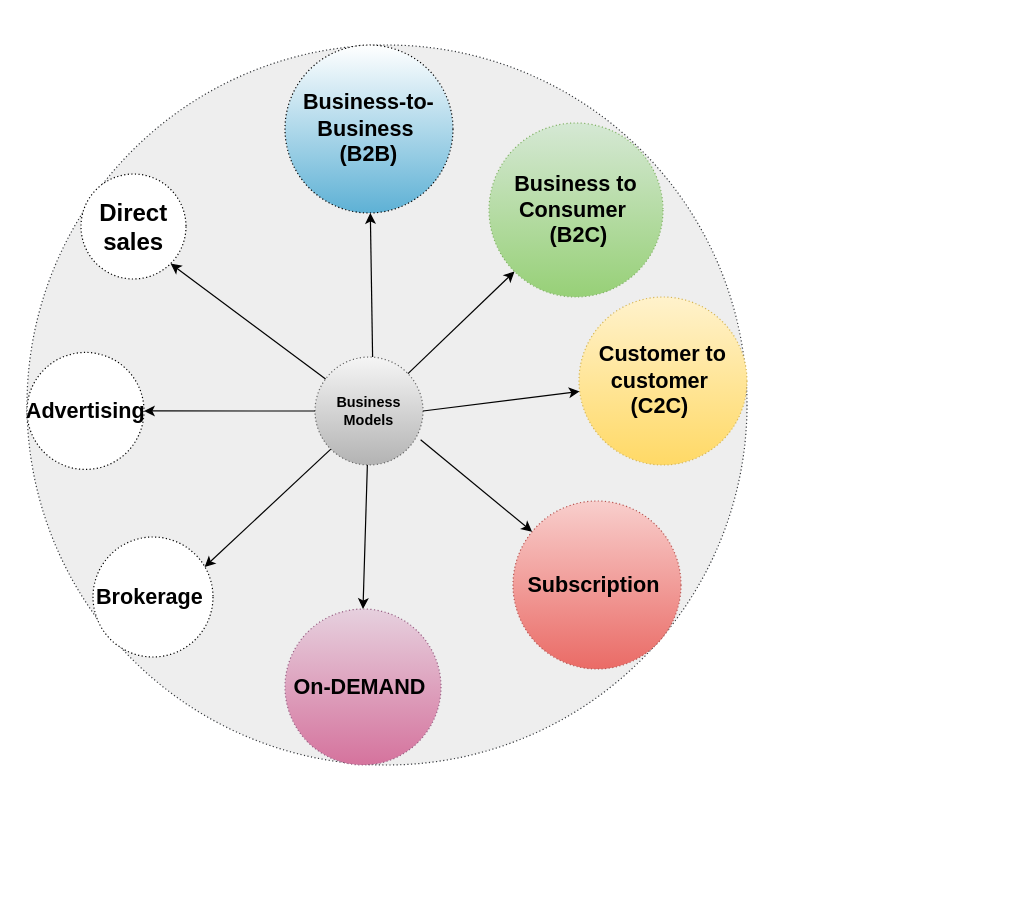
Earlier version of the draw.io diagram page "Business-Model" (6 of 9) of 04_docs/Department_Organizational_chart.drawio (letrthong/business). Source tidied: cells renumbered, new cells numbered last; positions are measured from the earlier drawing's top-left corner, leaving out a move shared by most shapes. Both pictures are drawn from the tidied source at 120%, with x=0, y=0 at pixel (26, 44).
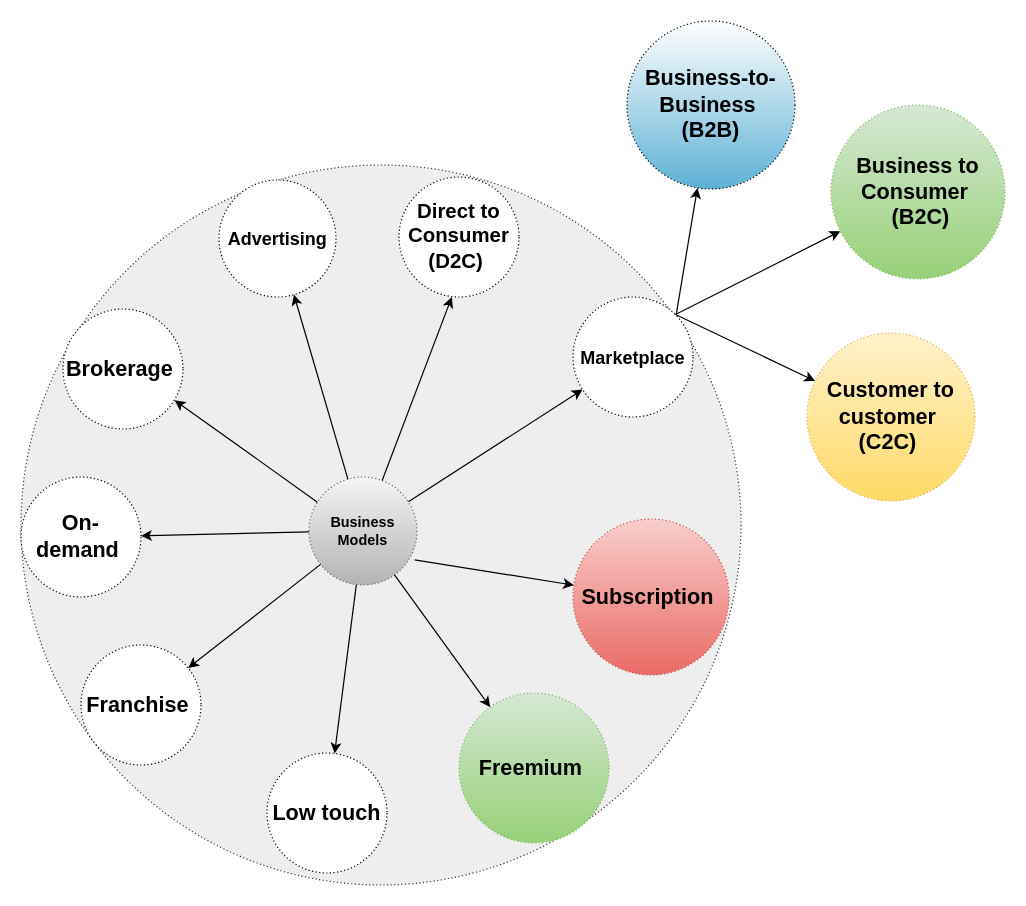
Above is the later version.

Change to the diagram source:
```diff
@@
     <mxCell id="2" style="ellipse;whiteSpace=wrap;html=1;rounded=0;shadow=0;dashed=1;dashPattern=1 2;sketch=0;fillColor=#eeeeee;strokeColor=#36393d;" parent="1" vertex="1">
-      <mxGeometry width="600" height="600" as="geometry" />
+      <mxGeometry x="-5" y="100" width="600" height="600" as="geometry" />
     </mxCell>
     <mxCell id="3" value="&lt;b&gt;Business Models&lt;/b&gt;" style="ellipse;whiteSpace=wrap;html=1;rounded=0;shadow=0;dashed=1;dashPattern=1 2;sketch=0;strokeColor=#666666;fillColor=#f5f5f5;gradientColor=#b3b3b3;" parent="1" vertex="1">
-      <mxGeometry x="240" y="260" width="90" height="90" as="geometry" />
+      <mxGeometry x="235" y="360" width="90" height="90" as="geometry" />
     </mxCell>
     <mxCell id="4" value="&lt;font style=&quot;font-size: 18px&quot;&gt;&lt;span&gt;&lt;b&gt;Business-to-Business&amp;nbsp;&lt;/b&gt;&lt;/span&gt;&lt;br&gt;&lt;span&gt;&lt;b&gt;(B2B)&lt;/b&gt;&lt;/span&gt;&lt;/font&gt;" style="ellipse;whiteSpace=wrap;html=1;rounded=0;shadow=0;dashed=1;dashPattern=1 2;sketch=0;strokeColor=#000000;fillColor=#ffffff;gradientColor=#5EB1D5;" parent="1" vertex="1">
-      <mxGeometry x="215" width="140" height="140" as="geometry" />
+      <mxGeometry x="500" y="-20" width="140" height="140" as="geometry" />
     </mxCell>
-    <mxCell id="5" style="endArrow=classic;html=1;" parent="1" edge="1" target="4">
-      <mxGeometry relative="1" as="geometry">
-        <mxPoint x="288" y="260" as="sourcePoint" />
-      </mxGeometry>
+    <mxCell id="5" style="endArrow=classic;html=1;exitX=0.846;exitY=0.231;exitDx=0;exitDy=0;exitPerimeter=0;" parent="1" edge="1" source="26" target="4">
+      <mxGeometry relative="1" as="geometry" />
     </mxCell>
     <mxCell id="6" value="&lt;font style=&quot;font-size: 18px&quot;&gt;&lt;span&gt;&lt;b&gt;Business to Consumer&amp;nbsp;&lt;/b&gt;&lt;/span&gt;&lt;br&gt;&lt;span&gt;&lt;b&gt;&amp;nbsp;(B2C)&lt;/b&gt;&lt;/span&gt;&lt;/font&gt;" style="ellipse;whiteSpace=wrap;html=1;rounded=0;shadow=0;dashed=1;dashPattern=1 2;sketch=0;strokeColor=#82b366;fillColor=#d5e8d4;gradientColor=#97d077;" parent="1" vertex="1">
-      <mxGeometry x="385" y="65" width="145" height="145" as="geometry" />
+      <mxGeometry x="670" y="50" width="145" height="145" as="geometry" />
     </mxCell>
     <mxCell id="7" value="&lt;font style=&quot;font-size: 18px&quot;&gt;&lt;span&gt;&lt;b&gt;Customer to customer&amp;nbsp;&lt;/b&gt;&lt;/span&gt;&lt;br&gt;&lt;span&gt;&lt;b&gt;(C2C)&amp;nbsp;&lt;/b&gt;&lt;/span&gt;&lt;/font&gt;" style="ellipse;whiteSpace=wrap;html=1;rounded=0;shadow=0;dashed=1;dashPattern=1 2;sketch=0;strokeColor=#d6b656;fillColor=#fff2cc;gradientColor=#ffd966;" parent="1" vertex="1">
-      <mxGeometry x="460" y="210" width="140" height="140" as="geometry" />
+      <mxGeometry x="650" y="240" width="140" height="140" as="geometry" />
     </mxCell>
-    <mxCell id="8" style="endArrow=classic;html=1;entryX=0;entryY=1;entryDx=0;entryDy=0;" parent="1" edge="1" source="3" target="6">
+    <mxCell id="8" style="endArrow=classic;html=1;" parent="1" edge="1" source="3" target="26">
       <mxGeometry relative="1" as="geometry" />
     </mxCell>
-    <mxCell id="9" style="endArrow=classic;html=1;exitX=1;exitY=0.5;exitDx=0;exitDy=0;" parent="1" edge="1" source="3" target="7">
+    <mxCell id="9" style="endArrow=classic;html=1;exitX=1;exitY=0;exitDx=0;exitDy=0;" parent="1" edge="1" source="26" target="7">
       <mxGeometry relative="1" as="geometry" />
     </mxCell>
     <mxCell id="10" value="&lt;b&gt;&lt;font style=&quot;font-size: 18px&quot;&gt;Subscription&amp;nbsp;&lt;/font&gt;&lt;/b&gt;" style="ellipse;whiteSpace=wrap;html=1;rounded=0;shadow=0;dashed=1;dashPattern=1 2;sketch=0;strokeColor=#b85450;fillColor=#f8cecc;gradientColor=#ea6b66;" parent="1" vertex="1">
-      <mxGeometry x="405" y="380" width="140" height="140" as="geometry" />
+      <mxGeometry x="455" y="395" width="130" height="130" as="geometry" />
     </mxCell>
@@
-    <mxCell id="12" value="&lt;font style=&quot;font-size: 18px&quot;&gt;&lt;b&gt;On-DEMAND&amp;nbsp;&lt;/b&gt;&lt;/font&gt;" style="ellipse;whiteSpace=wrap;html=1;rounded=0;shadow=0;dashed=1;dashPattern=1 2;sketch=0;strokeColor=#996185;fillColor=#e6d0de;gradientColor=#d5739d;" parent="1" vertex="1">
-      <mxGeometry x="215" y="470" width="130" height="130" as="geometry" />
+    <mxCell id="12" value="&lt;font style=&quot;font-size: 18px&quot;&gt;&lt;b&gt;Freemium&lt;/b&gt;&lt;b&gt;&amp;nbsp;&lt;/b&gt;&lt;/font&gt;" style="ellipse;whiteSpace=wrap;html=1;rounded=0;shadow=0;dashed=1;dashPattern=1 2;sketch=0;gradientColor=#97d077;fillColor=#d5e8d4;strokeColor=#82b366;" parent="1" vertex="1">
+      <mxGeometry x="360" y="540" width="125" height="125" as="geometry" />
     </mxCell>
-    <mxCell id="13" style="endArrow=classic;html=1;entryX=0.5;entryY=0;entryDx=0;entryDy=0;" parent="1" edge="1" source="3" target="12">
+    <mxCell id="13" style="endArrow=classic;html=1;" parent="1" edge="1" source="3" target="12">
       <mxGeometry relative="1" as="geometry" />
     </mxCell>
-    <mxCell id="14" value="&lt;span style=&quot;font-size: 20px&quot;&gt;&lt;b&gt;Direct sales&lt;/b&gt;&lt;/span&gt;" style="ellipse;whiteSpace=wrap;html=1;rounded=0;shadow=0;dashed=1;dashPattern=1 2;sketch=0;" parent="1" vertex="1">
-      <mxGeometry x="45" y="107.5" width="87.5" height="87.5" as="geometry" />
+    <mxCell id="14" value="&lt;b&gt;&lt;font style=&quot;font-size: 17px&quot;&gt;Direct to Consumer (D2C)&amp;nbsp;&lt;/font&gt;&lt;/b&gt;" style="ellipse;whiteSpace=wrap;html=1;rounded=0;shadow=0;dashed=1;dashPattern=1 2;sketch=0;" parent="1" vertex="1">
+      <mxGeometry x="310" y="110" width="100" height="100" as="geometry" />
     </mxCell>
-    <mxCell id="15" value="&lt;b&gt;&lt;font style=&quot;font-size: 18px&quot;&gt;Advertising&lt;/font&gt;&lt;/b&gt;" style="ellipse;whiteSpace=wrap;html=1;rounded=0;shadow=0;dashed=1;dashPattern=1 2;sketch=0;" parent="1" vertex="1">
-      <mxGeometry y="256.2" width="97.5" height="97.5" as="geometry" />
+    <mxCell id="15" value="&lt;b&gt;&lt;font style=&quot;font-size: 15px&quot;&gt;Advertising&lt;/font&gt;&lt;/b&gt;" style="ellipse;whiteSpace=wrap;html=1;rounded=0;shadow=0;dashed=1;dashPattern=1 2;sketch=0;" parent="1" vertex="1">
+      <mxGeometry x="160" y="112.5" width="97.5" height="97.5" as="geometry" />
     </mxCell>
     <mxCell id="16" value="&lt;b&gt;&lt;font style=&quot;font-size: 18px&quot;&gt;Brokerage&amp;nbsp;&lt;/font&gt;&lt;/b&gt;" style="ellipse;whiteSpace=wrap;html=1;rounded=0;shadow=0;dashed=1;dashPattern=1 2;sketch=0;" parent="1" vertex="1">
-      <mxGeometry x="55" y="410" width="100" height="100" as="geometry" />
+      <mxGeometry x="30" y="220" width="100" height="100" as="geometry" />
     </mxCell>
-    <mxCell id="17" style="endArrow=classic;html=1;entryX=1;entryY=1;entryDx=0;entryDy=0;" parent="1" edge="1" source="3" target="14">
+    <mxCell id="17" style="endArrow=classic;html=1;entryX=0.44;entryY=1;entryDx=0;entryDy=0;entryPerimeter=0;" parent="1" edge="1" source="3" target="14">
       <mxGeometry relative="1" as="geometry" />
     </mxCell>
-    <mxCell id="18" style="endArrow=classic;html=1;entryX=1;entryY=0.5;entryDx=0;entryDy=0;" parent="1" edge="1" source="3" target="15">
+    <mxCell id="18" style="endArrow=classic;html=1;" parent="1" edge="1" source="3" target="15">
       <mxGeometry relative="1" as="geometry" />
     </mxCell>
-    <mxCell id="19" style="endArrow=classic;html=1;entryX=0.93;entryY=0.25;entryDx=0;entryDy=0;entryPerimeter=0;exitX=0;exitY=1;exitDx=0;exitDy=0;" parent="1" edge="1" source="3" target="16">
+    <mxCell id="19" style="endArrow=classic;html=1;entryX=0.93;entryY=0.76;entryDx=0;entryDy=0;entryPerimeter=0;exitX=0.078;exitY=0.233;exitDx=0;exitDy=0;exitPerimeter=0;" parent="1" edge="1" source="3" target="16">
       <mxGeometry relative="1" as="geometry" />
     </mxCell>
+    <mxCell id="20" value="&lt;span style=&quot;font-size: 18px&quot;&gt;&lt;b&gt;On-demand&amp;nbsp;&lt;/b&gt;&lt;/span&gt;" style="ellipse;whiteSpace=wrap;html=1;rounded=0;shadow=0;dashed=1;dashPattern=1 2;sketch=0;" parent="1" vertex="1">
+      <mxGeometry x="-5" y="360" width="100" height="100" as="geometry" />
+    </mxCell>
+    <mxCell id="21" style="endArrow=classic;html=1;" parent="1" edge="1" source="3" target="20">
+      <mxGeometry relative="1" as="geometry" />
+    </mxCell>
+    <mxCell id="22" value="&lt;span style=&quot;font-size: 18px&quot;&gt;&lt;b&gt;Low touch&lt;/b&gt;&lt;/span&gt;" style="ellipse;whiteSpace=wrap;html=1;rounded=0;shadow=0;dashed=1;dashPattern=1 2;sketch=0;" parent="1" vertex="1">
+      <mxGeometry x="200" y="590" width="100" height="100" as="geometry" />
+    </mxCell>
+    <mxCell id="23" style="endArrow=classic;html=1;" parent="1" edge="1" source="3" target="22">
+      <mxGeometry relative="1" as="geometry" />
+    </mxCell>
+    <mxCell id="24" value="&lt;span style=&quot;font-size: 18px&quot;&gt;&lt;b&gt;Franchise&amp;nbsp;&lt;/b&gt;&lt;/span&gt;" style="ellipse;whiteSpace=wrap;html=1;rounded=0;shadow=0;dashed=1;dashPattern=1 2;sketch=0;" parent="1" vertex="1">
+      <mxGeometry x="45" y="500" width="100" height="100" as="geometry" />
+    </mxCell>
+    <mxCell id="25" style="endArrow=classic;html=1;" parent="1" edge="1" source="3" target="24">
+      <mxGeometry relative="1" as="geometry" />
+    </mxCell>
+    <mxCell id="26" value="&lt;b&gt;&lt;font style=&quot;font-size: 15px&quot;&gt;Marketplace&lt;/font&gt;&lt;/b&gt;" style="ellipse;whiteSpace=wrap;html=1;rounded=0;shadow=0;dashed=1;dashPattern=1 2;sketch=0;" parent="1" vertex="1">
+      <mxGeometry x="455" y="210" width="100" height="100" as="geometry" />
+    </mxCell>
+    <mxCell id="27" style="endArrow=classic;html=1;exitX=1;exitY=0;exitDx=0;exitDy=0;" parent="1" edge="1" source="26" target="6">
+      <mxGeometry relative="1" as="geometry" />
+    </mxCell>
```
